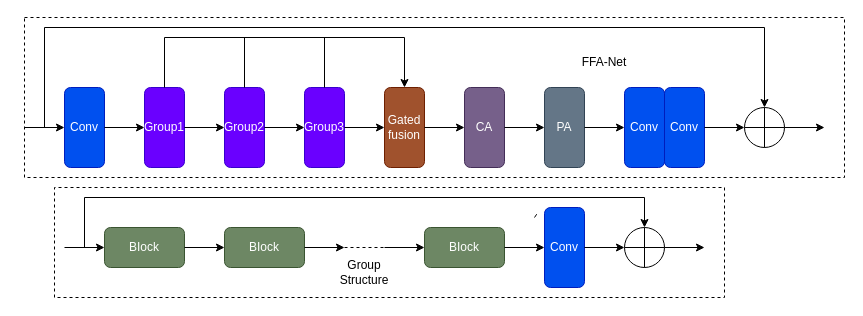
Before: FFA Net.drawio in lgq622/long, a draw.io diagram. Source tidied: cells renumbered, new cells numbered last; positions are measured from the earlier drawing's top-left corner, leaving out a move shared by most shapes. Both pictures are drawn from the tidied source at 100%, with x=0, y=0 at pixel (24, 17).
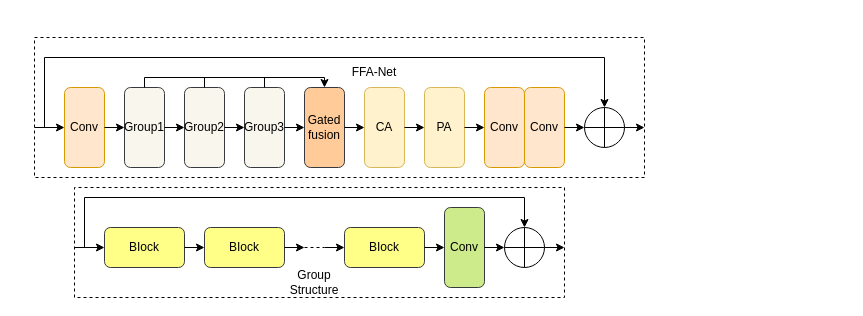
The same diagram, later.

What changed in the source:
```diff
@@
-    <mxCell id="2" value="Conv" style="rounded=1;whiteSpace=wrap;html=1;fillColor=#0050ef;strokeColor=#001DBC;fontColor=#ffffff;direction=south;" parent="1" vertex="1">
+    <mxCell id="2" value="Conv" style="rounded=1;whiteSpace=wrap;html=1;fillColor=#ffe6cc;strokeColor=#d79b00;direction=south;" parent="1" vertex="1">
       <mxGeometry x="40" y="70" width="40" height="80" as="geometry" />
     </mxCell>
-    <mxCell id="3" value="Group1" style="rounded=1;whiteSpace=wrap;html=1;fillColor=#6a00ff;fontColor=#ffffff;strokeColor=#3700CC;direction=south;" parent="1" vertex="1">
-      <mxGeometry x="120" y="70" width="40" height="80" as="geometry" />
+    <mxCell id="3" value="Group1" style="rounded=1;whiteSpace=wrap;html=1;fillColor=#f9f7ed;strokeColor=#36393d;direction=south;" parent="1" vertex="1">
+      <mxGeometry x="100" y="70" width="40" height="80" as="geometry" />
     </mxCell>
-    <mxCell id="4" value="Gated fusion" style="rounded=1;whiteSpace=wrap;html=1;fillColor=#a0522d;fontColor=#ffffff;strokeColor=#6D1F00;direction=south;" parent="1" vertex="1">
-      <mxGeometry x="360" y="70" width="40" height="80" as="geometry" />
+    <mxCell id="4" value="Gated fusion" style="rounded=1;whiteSpace=wrap;html=1;fillColor=#ffcc99;strokeColor=#36393d;direction=south;" parent="1" vertex="1">
+      <mxGeometry x="280" y="70" width="40" height="80" as="geometry" />
     </mxCell>
-    <mxCell id="5" value="CA" style="rounded=1;whiteSpace=wrap;html=1;fillColor=#76608a;fontColor=#ffffff;strokeColor=#432D57;direction=south;" parent="1" vertex="1">
-      <mxGeometry x="440" y="70" width="40" height="80" as="geometry" />
+    <mxCell id="5" value="CA" style="rounded=1;whiteSpace=wrap;html=1;fillColor=#fff2cc;strokeColor=#d6b656;direction=south;" parent="1" vertex="1">
+      <mxGeometry x="340" y="70" width="40" height="80" as="geometry" />
     </mxCell>
-    <mxCell id="6" value="PA" style="rounded=1;whiteSpace=wrap;html=1;fillColor=#647687;fontColor=#ffffff;strokeColor=#314354;direction=south;" parent="1" vertex="1">
-      <mxGeometry x="520" y="70" width="40" height="80" as="geometry" />
+    <mxCell id="6" value="PA" style="rounded=1;whiteSpace=wrap;html=1;fillColor=#fff2cc;strokeColor=#d6b656;direction=south;" parent="1" vertex="1">
+      <mxGeometry x="400" y="70" width="40" height="80" as="geometry" />
     </mxCell>
     <mxCell id="7" style="endArrow=classic;html=1;rounded=0;" parent="1" edge="1" target="2">
       <mxGeometry relative="1" as="geometry">
-        <mxPoint y="110" as="sourcePoint" />
+        <mxPoint x="10" y="110" as="sourcePoint" />
       </mxGeometry>
     </mxCell>
-    <mxCell id="8" value="Group2" style="rounded=1;whiteSpace=wrap;html=1;fillColor=#6a00ff;fontColor=#ffffff;strokeColor=#3700CC;direction=south;" parent="1" vertex="1">
-      <mxGeometry x="200" y="70" width="40" height="80" as="geometry" />
+    <mxCell id="8" value="Group2" style="rounded=1;whiteSpace=wrap;html=1;fillColor=#f9f7ed;strokeColor=#36393d;direction=south;" parent="1" vertex="1">
+      <mxGeometry x="160" y="70" width="40" height="80" as="geometry" />
     </mxCell>
-    <mxCell id="9" value="Group3" style="rounded=1;whiteSpace=wrap;html=1;fillColor=#6a00ff;fontColor=#ffffff;strokeColor=#3700CC;direction=south;" parent="1" vertex="1">
-      <mxGeometry x="280" y="70" width="40" height="80" as="geometry" />
+    <mxCell id="9" value="Group3" style="rounded=1;whiteSpace=wrap;html=1;fillColor=#f9f7ed;strokeColor=#36393d;direction=south;" parent="1" vertex="1">
+      <mxGeometry x="220" y="70" width="40" height="80" as="geometry" />
     </mxCell>
     <mxCell id="10" style="endArrow=classic;html=1;rounded=0;" parent="1" edge="1" source="2">
       <mxGeometry relative="1" as="geometry">
-        <mxPoint x="120" y="110" as="targetPoint" />
+        <mxPoint x="100" y="110" as="targetPoint" />
       </mxGeometry>
     </mxCell>
     <mxCell id="11" style="endArrow=classic;html=1;rounded=0;exitX=0.5;exitY=0;exitDx=0;exitDy=0;" parent="1" edge="1" source="3">
       <mxGeometry relative="1" as="geometry">
-        <mxPoint x="200" y="110" as="targetPoint" />
+        <mxPoint x="160" y="110" as="targetPoint" />
       </mxGeometry>
     </mxCell>
     <mxCell id="12" style="endArrow=classic;html=1;rounded=0;" parent="1" edge="1" source="8">
       <mxGeometry relative="1" as="geometry">
-        <mxPoint x="280" y="110" as="targetPoint" />
+        <mxPoint x="220" y="110" as="targetPoint" />
       </mxGeometry>
     </mxCell>
     <mxCell id="13" style="endArrow=classic;html=1;rounded=0;" parent="1" edge="1" source="9">
       <mxGeometry relative="1" as="geometry">
-        <mxPoint x="360" y="110" as="targetPoint" />
+        <mxPoint x="280" y="110" as="targetPoint" />
       </mxGeometry>
     </mxCell>
     <mxCell id="14" style="endArrow=classic;html=1;rounded=0;exitX=0.5;exitY=0;exitDx=0;exitDy=0;" parent="1" edge="1" source="4">
       <mxGeometry relative="1" as="geometry">
-        <mxPoint x="440" y="110" as="targetPoint" />
+        <mxPoint x="340" y="110" as="targetPoint" />
       </mxGeometry>
     </mxCell>
     <mxCell id="15" style="endArrow=classic;html=1;rounded=0;exitX=0.5;exitY=0;exitDx=0;exitDy=0;" parent="1" edge="1" source="5">
       <mxGeometry relative="1" as="geometry">
-        <mxPoint x="520" y="110" as="targetPoint" />
+        <mxPoint x="400" y="110" as="targetPoint" />
       </mxGeometry>
     </mxCell>
-    <mxCell id="16" value="Conv" style="rounded=1;whiteSpace=wrap;html=1;fillColor=#0050ef;strokeColor=#001DBC;fontColor=#ffffff;direction=south;" parent="1" vertex="1">
-      <mxGeometry x="600" y="70" width="40" height="80" as="geometry" />
+    <mxCell id="16" value="Conv" style="rounded=1;whiteSpace=wrap;html=1;fillColor=#ffe6cc;strokeColor=#d79b00;direction=south;" parent="1" vertex="1">
+      <mxGeometry x="460" y="70" width="40" height="80" as="geometry" />
     </mxCell>
-    <mxCell id="17" value="Conv" style="rounded=1;whiteSpace=wrap;html=1;fillColor=#0050ef;strokeColor=#001DBC;fontColor=#ffffff;direction=south;" parent="1" vertex="1">
-      <mxGeometry x="640" y="70" width="40" height="80" as="geometry" />
+    <mxCell id="17" value="Conv" style="rounded=1;whiteSpace=wrap;html=1;fillColor=#ffe6cc;strokeColor=#d79b00;direction=south;" parent="1" vertex="1">
+      <mxGeometry x="500" y="70" width="40" height="80" as="geometry" />
     </mxCell>
     <mxCell id="18" style="endArrow=classic;html=1;rounded=0;" parent="1" edge="1" source="6">
       <mxGeometry relative="1" as="geometry">
-        <mxPoint x="600" y="110" as="targetPoint" />
+        <mxPoint x="460" y="110" as="targetPoint" />
       </mxGeometry>
     </mxCell>
     <mxCell id="19" style="endArrow=classic;html=1;rounded=0;exitX=0.5;exitY=0;exitDx=0;exitDy=0;" parent="1" edge="1" source="17">
       <mxGeometry relative="1" as="geometry">
-        <mxPoint x="720" y="110" as="targetPoint" />
+        <mxPoint x="560" y="110" as="targetPoint" />
       </mxGeometry>
     </mxCell>
     <mxCell id="20" style="endArrow=classic;html=1;rounded=0;entryX=0.5;entryY=0;entryDx=0;entryDy=0;" parent="1" edge="1" target="22">
       <mxGeometry relative="1" as="geometry">
         <mxPoint x="20" y="110" as="sourcePoint" />
         <Array as="points">
-          <mxPoint x="20" y="10" />
-          <mxPoint x="740" y="10" />
+          <mxPoint x="20" y="40" />
+          <mxPoint x="580" y="40" />
         </Array>
       </mxGeometry>
     </mxCell>
-    <mxCell id="21" style="endArrow=none;html=1;rounded=0;" parent="1" edge="1">
-      <mxGeometry relative="1" as="geometry">
-        <mxPoint x="512.2" y="196.7" as="sourcePoint" />
-        <mxPoint x="510" y="200" as="targetPoint" />
-      </mxGeometry>
-    </mxCell>
     <mxCell id="22" style="ellipse;whiteSpace=wrap;html=1;" parent="1" vertex="1">
-      <mxGeometry x="720" y="90" width="40" height="40" as="geometry" />
+      <mxGeometry x="560" y="90" width="40" height="40" as="geometry" />
     </mxCell>
@@
     <mxCell id="25" style="endArrow=classic;html=1;rounded=0;" parent="1" edge="1">
       <mxGeometry relative="1" as="geometry">
-        <mxPoint x="760" y="110" as="sourcePoint" />
-        <mxPoint x="800" y="110" as="targetPoint" />
+        <mxPoint x="600" y="110" as="sourcePoint" />
+        <mxPoint x="620" y="110" as="targetPoint" />
       </mxGeometry>
     </mxCell>
     <mxCell id="26" style="endArrow=classic;html=1;rounded=0;exitX=0;exitY=0.5;exitDx=0;exitDy=0;entryX=0;entryY=0.5;entryDx=0;entryDy=0;" parent="1" edge="1" source="3" target="4">
       <mxGeometry relative="1" as="geometry">
         <Array as="points">
-          <mxPoint x="140" y="20" />
-          <mxPoint x="380" y="20" />
+          <mxPoint x="120" y="60" />
+          <mxPoint x="300" y="60" />
         </Array>
       </mxGeometry>
     </mxCell>
     <mxCell id="27" style="endArrow=none;html=1;rounded=0;exitX=0;exitY=0.5;exitDx=0;exitDy=0;" parent="1" edge="1" source="8">
       <mxGeometry relative="1" as="geometry">
-        <mxPoint x="220" y="20" as="targetPoint" />
+        <mxPoint x="180" y="60" as="targetPoint" />
       </mxGeometry>
     </mxCell>
     <mxCell id="28" style="endArrow=none;html=1;rounded=0;exitX=0;exitY=0.5;exitDx=0;exitDy=0;" parent="1" edge="1" source="9">
       <mxGeometry relative="1" as="geometry">
-        <mxPoint x="300" y="20" as="targetPoint" />
+        <mxPoint x="240" y="60" as="targetPoint" />
       </mxGeometry>
     </mxCell>
-    <mxCell id="29" value="BIock" style="rounded=1;whiteSpace=wrap;html=1;fillColor=#6d8764;fontColor=#ffffff;strokeColor=#3A5431;" parent="1" vertex="1">
+    <mxCell id="29" value="BIock" style="rounded=1;whiteSpace=wrap;html=1;fillColor=#ffff88;strokeColor=#36393d;" parent="1" vertex="1">
       <mxGeometry x="80" y="210" width="80" height="40" as="geometry" />
     </mxCell>
-    <mxCell id="30" value="BIock" style="rounded=1;whiteSpace=wrap;html=1;fillColor=#6d8764;fontColor=#ffffff;strokeColor=#3A5431;" parent="1" vertex="1">
-      <mxGeometry x="200" y="210" width="80" height="40" as="geometry" />
+    <mxCell id="30" value="BIock" style="rounded=1;whiteSpace=wrap;html=1;fillColor=#ffff88;strokeColor=#36393d;" parent="1" vertex="1">
+      <mxGeometry x="180" y="210" width="80" height="40" as="geometry" />
     </mxCell>
-    <mxCell id="31" value="BIock" style="rounded=1;whiteSpace=wrap;html=1;fillColor=#6d8764;fontColor=#ffffff;strokeColor=#3A5431;" parent="1" vertex="1">
-      <mxGeometry x="400" y="210" width="80" height="40" as="geometry" />
+    <mxCell id="31" value="BIock" style="rounded=1;whiteSpace=wrap;html=1;fillColor=#ffff88;strokeColor=#36393d;" parent="1" vertex="1">
+      <mxGeometry x="320" y="210" width="80" height="40" as="geometry" />
     </mxCell>
-    <mxCell id="32" value="Conv" style="rounded=1;whiteSpace=wrap;html=1;fillColor=#0050ef;strokeColor=#001DBC;fontColor=#ffffff;direction=south;" parent="1" vertex="1">
-      <mxGeometry x="520" y="190" width="40" height="80" as="geometry" />
+    <mxCell id="32" value="Conv" style="rounded=1;whiteSpace=wrap;html=1;fillColor=#cdeb8b;strokeColor=#36393d;direction=south;" parent="1" vertex="1">
+      <mxGeometry x="420" y="190" width="40" height="80" as="geometry" />
     </mxCell>
     <mxCell id="33" style="endArrow=classic;html=1;rounded=0;entryX=0;entryY=0.5;entryDx=0;entryDy=0;" parent="1" edge="1" target="29">
       <mxGeometry relative="1" as="geometry">
-        <mxPoint x="40" y="230" as="sourcePoint" />
+        <mxPoint x="50" y="230" as="sourcePoint" />
       </mxGeometry>
     </mxCell>
-    <mxCell id="34" style="endArrow=classic;html=1;rounded=0;exitX=1;exitY=0.5;exitDx=0;exitDy=0;entryX=0;entryY=0.5;entryDx=0;entryDy=0;" parent="1" edge="1" source="29" target="30">
-      <mxGeometry relative="1" as="geometry" />
+    <mxCell id="34" style="endArrow=classic;html=1;rounded=0;exitX=1;exitY=0.5;exitDx=0;exitDy=0;" parent="1" edge="1" source="29">
+      <mxGeometry relative="1" as="geometry">
+        <mxPoint x="180" y="230" as="targetPoint" />
+      </mxGeometry>
     </mxCell>
     <mxCell id="35" style="endArrow=classic;html=1;rounded=0;exitX=1;exitY=0.5;exitDx=0;exitDy=0;" parent="1" edge="1" source="30">
       <mxGeometry relative="1" as="geometry">
-        <mxPoint x="320" y="230" as="targetPoint" />
+        <mxPoint x="280" y="230" as="targetPoint" />
       </mxGeometry>
     </mxCell>
     <mxCell id="36" style="endArrow=none;dashed=1;html=1;rounded=0;" parent="1" edge="1">
       <mxGeometry relative="1" as="geometry">
-        <mxPoint x="320" y="230" as="sourcePoint" />
-        <mxPoint x="360" y="230" as="targetPoint" />
+        <mxPoint x="280" y="230" as="sourcePoint" />
+        <mxPoint x="300" y="230" as="targetPoint" />
       </mxGeometry>
     </mxCell>
-    <mxCell id="37" style="endArrow=classic;html=1;rounded=0;entryX=0;entryY=0.5;entryDx=0;entryDy=0;" parent="1" edge="1" target="31">
+    <mxCell id="37" style="endArrow=classic;html=1;rounded=0;" parent="1" edge="1">
       <mxGeometry relative="1" as="geometry">
-        <mxPoint x="360" y="230" as="sourcePoint" />
+        <mxPoint x="300" y="230" as="sourcePoint" />
+        <mxPoint x="320" y="230" as="targetPoint" />
       </mxGeometry>
     </mxCell>
-    <mxCell id="38" style="endArrow=classic;html=1;rounded=0;exitX=1;exitY=0.5;exitDx=0;exitDy=0;entryX=0.5;entryY=1;entryDx=0;entryDy=0;" parent="1" edge="1" source="31" target="32">
-      <mxGeometry relative="1" as="geometry" />
+    <mxCell id="38" style="endArrow=classic;html=1;rounded=0;exitX=1;exitY=0.5;exitDx=0;exitDy=0;" parent="1" edge="1" source="31">
+      <mxGeometry relative="1" as="geometry">
+        <mxPoint x="420" y="230" as="targetPoint" />
+      </mxGeometry>
     </mxCell>
     <mxCell id="39" style="endArrow=classic;html=1;rounded=0;exitX=0.5;exitY=0;exitDx=0;exitDy=0;" parent="1" edge="1" source="32">
       <mxGeometry relative="1" as="geometry">
-        <mxPoint x="600" y="230" as="targetPoint" />
+        <mxPoint x="480" y="230" as="targetPoint" />
       </mxGeometry>
     </mxCell>
     <mxCell id="40" style="ellipse;whiteSpace=wrap;html=1;" parent="1" vertex="1">
-      <mxGeometry x="600" y="210" width="40" height="40" as="geometry" />
+      <mxGeometry x="480" y="210" width="40" height="40" as="geometry" />
     </mxCell>
@@
     <mxCell id="43" style="endArrow=classic;html=1;rounded=0;" parent="1" edge="1">
       <mxGeometry relative="1" as="geometry">
-        <mxPoint x="640" y="230" as="sourcePoint" />
-        <mxPoint x="680" y="230" as="targetPoint" />
+        <mxPoint x="520" y="230" as="sourcePoint" />
+        <mxPoint x="540" y="230" as="targetPoint" />
       </mxGeometry>
     </mxCell>
     <mxCell id="44" style="endArrow=classic;html=1;rounded=0;entryX=0.5;entryY=0;entryDx=0;entryDy=0;" parent="1" edge="1" target="40">
       <mxGeometry relative="1" as="geometry">
         <mxPoint x="60" y="230" as="sourcePoint" />
         <Array as="points">
           <mxPoint x="60" y="180" />
-          <mxPoint x="620" y="180" />
+          <mxPoint x="500" y="180" />
         </Array>
       </mxGeometry>
     </mxCell>
     <mxCell id="45" style="endArrow=none;dashed=1;html=1;rounded=0;" parent="1" edge="1">
       <mxGeometry relative="1" as="geometry">
-        <mxPoint x="30" y="280" as="sourcePoint" />
-        <mxPoint x="30" y="280" as="targetPoint" />
+        <mxPoint x="50" y="280" as="sourcePoint" />
+        <mxPoint x="50" y="280" as="targetPoint" />
         <Array as="points">
-          <mxPoint x="30" y="170" />
-          <mxPoint x="700" y="170" />
-          <mxPoint x="700" y="280" />
+          <mxPoint x="50" y="170" />
+          <mxPoint x="540" y="170" />
+          <mxPoint x="540" y="280" />
         </Array>
       </mxGeometry>
     </mxCell>
     <mxCell id="46" style="endArrow=none;dashed=1;html=1;rounded=0;" parent="1" edge="1">
       <mxGeometry relative="1" as="geometry">
-        <mxPoint as="sourcePoint" />
-        <mxPoint as="targetPoint" />
+        <mxPoint x="10" y="20" as="sourcePoint" />
+        <mxPoint x="10" y="20" as="targetPoint" />
         <Array as="points">
-          <mxPoint x="820" />
-          <mxPoint x="820" y="160" />
-          <mxPoint y="160" />
+          <mxPoint x="620" y="20" />
+          <mxPoint x="620" y="160" />
+          <mxPoint x="10" y="160" />
         </Array>
       </mxGeometry>
     </mxCell>
     <mxCell id="47" value="FFA-Net" style="text;html=1;align=center;verticalAlign=middle;whiteSpace=wrap;rounded=0;" parent="1" vertex="1">
-      <mxGeometry x="550" y="30" width="60" height="30" as="geometry" />
+      <mxGeometry x="320" y="40" width="60" height="30" as="geometry" />
     </mxCell>
     <mxCell id="48" value="Group Structure" style="text;html=1;align=center;verticalAlign=middle;whiteSpace=wrap;rounded=0;" parent="1" vertex="1">
-      <mxGeometry x="310" y="240" width="60" height="30" as="geometry" />
+      <mxGeometry x="260" y="250" width="60" height="30" as="geometry" />
     </mxCell>
```
